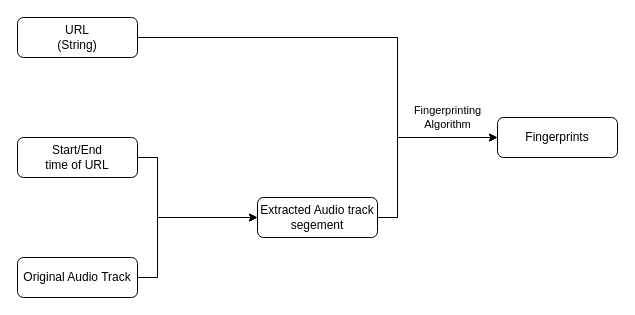
Above: page "Fingerprinting" (1 of 3) of Diagrams/Fingerprint:Watermark algo.drawio in gerald-lnj/audio-fingerprinting-fyp (draw.io), before the change. Source tidied: cells renumbered, new cells numbered last; positions are measured from the earlier drawing's top-left corner, leaving out a move shared by most shapes. Both pictures are drawn from the tidied source at 100%, with x=0, y=0 at pixel (17, 17).
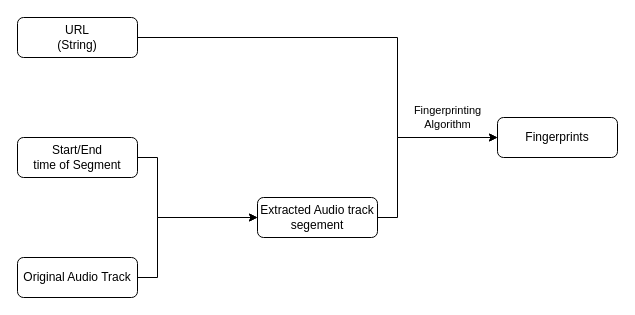
The same diagram, later.

The edit, as a diff of the source:
```diff
@@
 <mxGraphModel>
   <root>
     <mxCell id="0" />
     <mxCell id="1" parent="0" />
     <mxCell id="2" style="edgeStyle=orthogonalEdgeStyle;rounded=0;jettySize=auto;html=1;entryX=0;entryY=0.5;entryDx=0;entryDy=0;exitX=1;exitY=0.5;exitDx=0;exitDy=0;" parent="1" edge="1" source="3" target="10">
       <mxGeometry relative="1" as="geometry">
         <Array as="points">
           <mxPoint x="380" y="20" />
           <mxPoint x="380" y="120" />
         </Array>
       </mxGeometry>
     </mxCell>
     <mxCell id="3" value="URL&lt;br&gt;(String)" style="rounded=1;whiteSpace=wrap;html=1;" parent="1" vertex="1">
       <mxGeometry width="120" height="40" as="geometry" />
     </mxCell>
     <mxCell id="4" style="edgeStyle=orthogonalEdgeStyle;rounded=0;jettySize=auto;html=1;" parent="1" edge="1" source="5" target="9">
       <mxGeometry relative="1" as="geometry">
         <Array as="points">
           <mxPoint x="140" y="140" />
           <mxPoint x="140" y="200" />
         </Array>
       </mxGeometry>
     </mxCell>
-    <mxCell id="5" value="Start/End&lt;br&gt;time of URL" style="rounded=1;whiteSpace=wrap;html=1;" parent="1" vertex="1">
+    <mxCell id="5" value="Start/End&lt;br&gt;time of Segment" style="rounded=1;whiteSpace=wrap;html=1;" parent="1" vertex="1">
       <mxGeometry y="120" width="120" height="40" as="geometry" />
     </mxCell>
     <mxCell id="6" style="edgeStyle=orthogonalEdgeStyle;rounded=0;jettySize=auto;html=1;" parent="1" edge="1" source="7" target="9">
       <mxGeometry relative="1" as="geometry">
         <Array as="points">
           <mxPoint x="140" y="260" />
           <mxPoint x="140" y="200" />
         </Array>
       </mxGeometry>
     </mxCell>
     <mxCell id="7" value="Original Audio Track" style="rounded=1;whiteSpace=wrap;html=1;" parent="1" vertex="1">
       <mxGeometry y="240" width="120" height="40" as="geometry" />
     </mxCell>
     <mxCell id="8" value="Fingerprinting&lt;br&gt;Algorithm" style="edgeStyle=orthogonalEdgeStyle;rounded=0;jettySize=auto;html=1;labelBackgroundColor=none;" parent="1" edge="1" source="9" target="10">
       <mxGeometry x="0.5" y="20" relative="1" as="geometry">
         <Array as="points">
           <mxPoint x="380" y="200" />
           <mxPoint x="380" y="120" />
         </Array>
       </mxGeometry>
     </mxCell>
     <mxCell id="9" value="Extracted Audio track segement" style="rounded=1;whiteSpace=wrap;html=1;" parent="1" vertex="1">
       <mxGeometry x="240" y="180" width="120" height="40" as="geometry" />
     </mxCell>
     <mxCell id="10" value="Fingerprints" style="rounded=1;whiteSpace=wrap;html=1;" parent="1" vertex="1">
       <mxGeometry x="480" y="100" width="120" height="40" as="geometry" />
     </mxCell>
   </root>
 </mxGraphModel>
```
